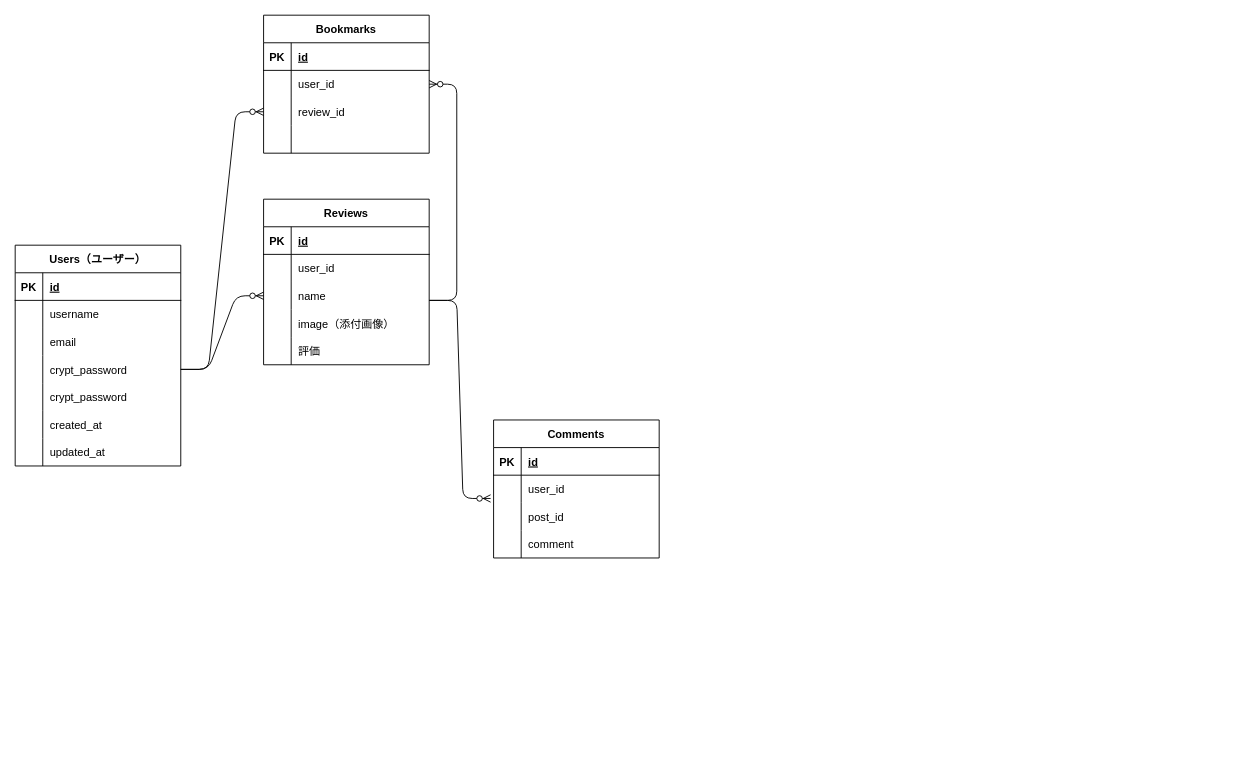
Earlier version of the draw.io diagram er.dio (SekineWataru/chamap). Source tidied: cells renumbered, new cells numbered last; positions are measured from the earlier drawing's top-left corner, leaving out a move shared by most shapes. Both pictures are drawn from the tidied source at 92%, with x=0, y=0 at pixel (15, 15).
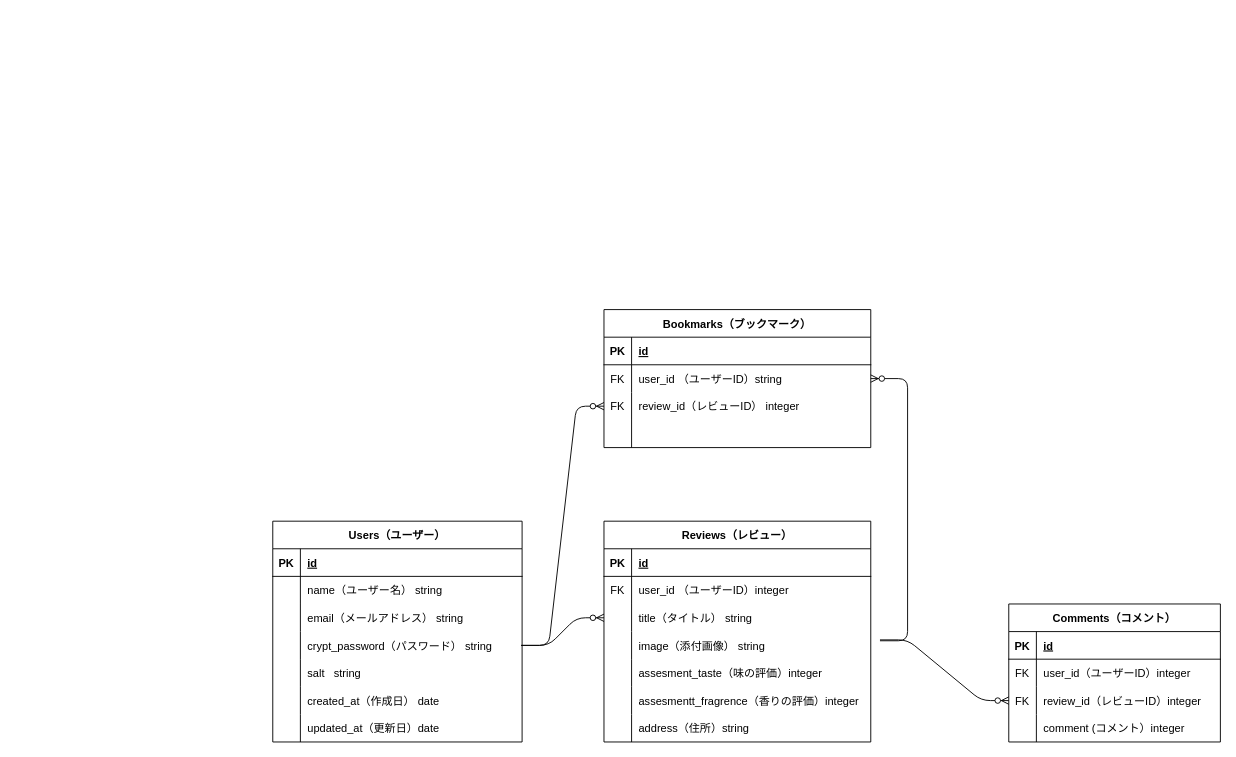
Above is the later version.

Commit message:
ER図を作成いたしました。ご確認のほど、宜しくお願いいたします。

The edit, as a diff of the source:
```diff
@@
     <mxCell id="2" value="Users（ユーザー）" style="shape=table;startSize=30;childLayout=tableLayout;rowLines=0;fontStyle=1;align=center;" parent="1" vertex="1">
-      <mxGeometry y="250" width="180" height="240" as="geometry" />
+      <mxGeometry x="280" y="550" width="271" height="240" as="geometry" />
     </mxCell>
     <mxCell id="3" style="shape=tableRow;horizontal=0;startSize=0;swimlaneHead=0;swimlaneBody=0;fillColor=none;top=0;left=0;right=0;bottom=1;" parent="2" vertex="1">
-      <mxGeometry y="30" width="180" height="30" as="geometry" />
+      <mxGeometry y="30" width="271" height="30" as="geometry" />
     </mxCell>
@@
     <mxCell id="5" value="id" style="shape=partialRectangle;fillColor=none;top=0;left=0;bottom=0;right=0;align=left;spacingLeft=6;fontStyle=5;overflow=hidden;" parent="3" vertex="1">
-      <mxGeometry x="30" width="150" height="30" as="geometry" />
+      <mxGeometry x="30" width="241" height="30" as="geometry" />
     </mxCell>
     <mxCell id="6" style="shape=tableRow;horizontal=0;startSize=0;swimlaneHead=0;swimlaneBody=0;fillColor=none;top=0;left=0;right=0;bottom=0;" parent="2" vertex="1">
-      <mxGeometry y="60" width="180" height="30" as="geometry" />
+      <mxGeometry y="60" width="271" height="30" as="geometry" />
     </mxCell>
@@
-    <mxCell id="8" value="username" style="shape=partialRectangle;fillColor=none;top=0;left=0;bottom=0;right=0;align=left;spacingLeft=6;overflow=hidden;" parent="6" vertex="1">
-      <mxGeometry x="30" width="150" height="30" as="geometry" />
+    <mxCell id="8" value="name（ユーザー名） string" style="shape=partialRectangle;fillColor=none;top=0;left=0;bottom=0;right=0;align=left;spacingLeft=6;overflow=hidden;" parent="6" vertex="1">
+      <mxGeometry x="30" width="241" height="30" as="geometry" />
     </mxCell>
     <mxCell id="9" style="shape=tableRow;horizontal=0;startSize=0;swimlaneHead=0;swimlaneBody=0;fillColor=none;top=0;left=0;right=0;bottom=0;" parent="2" vertex="1">
-      <mxGeometry y="90" width="180" height="30" as="geometry" />
+      <mxGeometry y="90" width="271" height="30" as="geometry" />
     </mxCell>
@@
-    <mxCell id="11" value="email" style="shape=partialRectangle;fillColor=none;top=0;left=0;bottom=0;right=0;align=left;spacingLeft=6;overflow=hidden;" parent="9" vertex="1">
-      <mxGeometry x="30" width="150" height="30" as="geometry" />
+    <mxCell id="11" value="email（メールアドレス） string" style="shape=partialRectangle;fillColor=none;top=0;left=0;bottom=0;right=0;align=left;spacingLeft=6;overflow=hidden;" parent="9" vertex="1">
+      <mxGeometry x="30" width="241" height="30" as="geometry" />
     </mxCell>
     <mxCell id="12" style="shape=tableRow;horizontal=0;startSize=0;swimlaneHead=0;swimlaneBody=0;fillColor=none;top=0;left=0;right=0;bottom=0;" parent="2" vertex="1">
-      <mxGeometry y="120" width="180" height="30" as="geometry" />
+      <mxGeometry y="120" width="271" height="30" as="geometry" />
     </mxCell>
@@
-    <mxCell id="14" value="crypt_password" style="shape=partialRectangle;fillColor=none;top=0;left=0;bottom=0;right=0;align=left;spacingLeft=6;overflow=hidden;" parent="12" vertex="1">
-      <mxGeometry x="30" width="150" height="30" as="geometry" />
+    <mxCell id="14" value="crypt_password（パスワード） string" style="shape=partialRectangle;fillColor=none;top=0;left=0;bottom=0;right=0;align=left;spacingLeft=6;overflow=hidden;" parent="12" vertex="1">
+      <mxGeometry x="30" width="241" height="30" as="geometry" />
     </mxCell>
     <mxCell id="15" style="shape=tableRow;horizontal=0;startSize=0;swimlaneHead=0;swimlaneBody=0;fillColor=none;top=0;left=0;right=0;bottom=0;" parent="2" vertex="1">
-      <mxGeometry y="150" width="180" height="30" as="geometry" />
+      <mxGeometry y="150" width="271" height="30" as="geometry" />
     </mxCell>
@@
-    <mxCell id="17" value="crypt_password" style="shape=partialRectangle;fillColor=none;top=0;left=0;bottom=0;right=0;align=left;spacingLeft=6;overflow=hidden;" parent="15" vertex="1">
-      <mxGeometry x="30" width="150" height="30" as="geometry" />
+    <mxCell id="17" value="salt   string" style="shape=partialRectangle;fillColor=none;top=0;left=0;bottom=0;right=0;align=left;spacingLeft=6;overflow=hidden;" parent="15" vertex="1">
+      <mxGeometry x="30" width="241" height="30" as="geometry" />
     </mxCell>
     <mxCell id="18" style="shape=tableRow;horizontal=0;startSize=0;swimlaneHead=0;swimlaneBody=0;fillColor=none;top=0;left=0;right=0;bottom=0;" parent="2" vertex="1">
-      <mxGeometry y="180" width="180" height="30" as="geometry" />
+      <mxGeometry y="180" width="271" height="30" as="geometry" />
     </mxCell>
@@
-    <mxCell id="20" value="created_at" style="shape=partialRectangle;fillColor=none;top=0;left=0;bottom=0;right=0;align=left;spacingLeft=6;overflow=hidden;" parent="18" vertex="1">
-      <mxGeometry x="30" width="150" height="30" as="geometry" />
+    <mxCell id="20" value="created_at（作成日） date" style="shape=partialRectangle;fillColor=none;top=0;left=0;bottom=0;right=0;align=left;spacingLeft=6;overflow=hidden;" parent="18" vertex="1">
+      <mxGeometry x="30" width="241" height="30" as="geometry" />
     </mxCell>
     <mxCell id="21" style="shape=tableRow;horizontal=0;startSize=0;swimlaneHead=0;swimlaneBody=0;fillColor=none;top=0;left=0;right=0;bottom=0;" parent="2" vertex="1">
-      <mxGeometry y="210" width="180" height="30" as="geometry" />
+      <mxGeometry y="210" width="271" height="30" as="geometry" />
     </mxCell>
@@
-    <mxCell id="23" value="updated_at" style="shape=partialRectangle;fillColor=none;top=0;left=0;bottom=0;right=0;align=left;spacingLeft=6;overflow=hidden;" parent="21" vertex="1">
-      <mxGeometry x="30" width="150" height="30" as="geometry" />
+    <mxCell id="23" value="updated_at（更新日）date" style="shape=partialRectangle;fillColor=none;top=0;left=0;bottom=0;right=0;align=left;spacingLeft=6;overflow=hidden;" parent="21" vertex="1">
+      <mxGeometry x="30" width="241" height="30" as="geometry" />
     </mxCell>
-    <mxCell id="24" value="Comments" style="shape=table;startSize=30;childLayout=tableLayout;rowLines=0;fontStyle=1;align=center;" parent="1" vertex="1">
-      <mxGeometry x="520" y="440" width="180" height="150" as="geometry" />
+    <mxCell id="24" value="Comments（コメント）" style="shape=table;startSize=30;childLayout=tableLayout;rowLines=0;fontStyle=1;align=center;" parent="1" vertex="1">
+      <mxGeometry x="1080" y="640" width="230" height="150" as="geometry" />
     </mxCell>
     <mxCell id="25" style="shape=tableRow;horizontal=0;startSize=0;swimlaneHead=0;swimlaneBody=0;fillColor=none;top=0;left=0;right=0;bottom=1;" parent="24" vertex="1">
-      <mxGeometry y="30" width="180" height="30" as="geometry" />
+      <mxGeometry y="30" width="230" height="30" as="geometry" />
     </mxCell>
@@
     <mxCell id="27" value="id" style="shape=partialRectangle;fillColor=none;top=0;left=0;bottom=0;right=0;align=left;spacingLeft=6;fontStyle=5;overflow=hidden;" parent="25" vertex="1">
-      <mxGeometry x="30" width="150" height="30" as="geometry" />
+      <mxGeometry x="30" width="200" height="30" as="geometry" />
     </mxCell>
     <mxCell id="28" style="shape=tableRow;horizontal=0;startSize=0;swimlaneHead=0;swimlaneBody=0;fillColor=none;top=0;left=0;right=0;bottom=0;" parent="24" vertex="1">
-      <mxGeometry y="60" width="180" height="30" as="geometry" />
+      <mxGeometry y="60" width="230" height="30" as="geometry" />
     </mxCell>
-    <mxCell id="29" style="shape=partialRectangle;fillColor=none;top=0;left=0;bottom=0;right=0;overflow=hidden;" parent="28" vertex="1">
+    <mxCell id="29" value="FK" style="shape=partialRectangle;fillColor=none;top=0;left=0;bottom=0;right=0;overflow=hidden;" parent="28" vertex="1">
       <mxGeometry width="30" height="30" as="geometry" />
     </mxCell>
-    <mxCell id="30" value="user_id" style="shape=partialRectangle;fillColor=none;top=0;left=0;bottom=0;right=0;align=left;spacingLeft=6;overflow=hidden;" parent="28" vertex="1">
-      <mxGeometry x="30" width="150" height="30" as="geometry" />
+    <mxCell id="30" value="user_id（ユーザーID）integer" style="shape=partialRectangle;fillColor=none;top=0;left=0;bottom=0;right=0;align=left;spacingLeft=6;overflow=hidden;" parent="28" vertex="1">
+      <mxGeometry x="30" width="200" height="30" as="geometry" />
     </mxCell>
     <mxCell id="31" style="shape=tableRow;horizontal=0;startSize=0;swimlaneHead=0;swimlaneBody=0;fillColor=none;points=[[0,0.5],[1,0.5]];portConstraint=eastwest;top=0;left=0;right=0;bottom=0;" parent="24" vertex="1">
-      <mxGeometry y="90" width="180" height="30" as="geometry" />
+      <mxGeometry y="90" width="230" height="30" as="geometry" />
     </mxCell>
-    <mxCell id="32" style="shape=partialRectangle;fillColor=none;top=0;left=0;bottom=0;right=0;overflow=hidden;" parent="31" vertex="1">
+    <mxCell id="32" value="FK" style="shape=partialRectangle;fillColor=none;top=0;left=0;bottom=0;right=0;overflow=hidden;" parent="31" vertex="1">
       <mxGeometry width="30" height="30" as="geometry" />
     </mxCell>
-    <mxCell id="33" value="post_id" style="shape=partialRectangle;fillColor=none;top=0;left=0;bottom=0;right=0;align=left;spacingLeft=6;overflow=hidden;" parent="31" vertex="1">
-      <mxGeometry x="30" width="150" height="30" as="geometry" />
+    <mxCell id="33" value="review_id（レビューID）integer" style="shape=partialRectangle;fillColor=none;top=0;left=0;bottom=0;right=0;align=left;spacingLeft=6;overflow=hidden;" parent="31" vertex="1">
+      <mxGeometry x="30" width="200" height="30" as="geometry" />
     </mxCell>
     <mxCell id="34" style="shape=tableRow;horizontal=0;startSize=0;swimlaneHead=0;swimlaneBody=0;fillColor=none;top=0;left=0;right=0;bottom=0;" parent="24" vertex="1">
-      <mxGeometry y="120" width="180" height="30" as="geometry" />
+      <mxGeometry y="120" width="230" height="30" as="geometry" />
     </mxCell>
@@
-    <mxCell id="36" value="comment" style="shape=partialRectangle;fillColor=none;top=0;left=0;bottom=0;right=0;align=left;spacingLeft=6;overflow=hidden;" parent="34" vertex="1">
-      <mxGeometry x="30" width="150" height="30" as="geometry" />
+    <mxCell id="36" value="comment (コメント）integer" style="shape=partialRectangle;fillColor=none;top=0;left=0;bottom=0;right=0;align=left;spacingLeft=6;overflow=hidden;" parent="34" vertex="1">
+      <mxGeometry x="30" width="200" height="30" as="geometry" />
     </mxCell>
-    <mxCell id="37" value="Reviews" style="shape=table;startSize=30;childLayout=tableLayout;rowLines=0;fontStyle=1;align=center;" parent="1" vertex="1">
-      <mxGeometry x="270" y="200" width="180" height="180" as="geometry" />
+    <mxCell id="37" value="Reviews（レビュー）" style="shape=table;startSize=30;childLayout=tableLayout;rowLines=0;fontStyle=1;align=center;" parent="1" vertex="1">
+      <mxGeometry x="640" y="550" width="290" height="240" as="geometry" />
     </mxCell>
     <mxCell id="38" style="shape=tableRow;horizontal=0;startSize=0;swimlaneHead=0;swimlaneBody=0;fillColor=none;top=0;left=0;right=0;bottom=1;" parent="37" vertex="1">
-      <mxGeometry y="30" width="180" height="30" as="geometry" />
+      <mxGeometry y="30" width="290" height="30" as="geometry" />
     </mxCell>
@@
     <mxCell id="40" value="id" style="shape=partialRectangle;fillColor=none;top=0;left=0;bottom=0;right=0;align=left;spacingLeft=6;fontStyle=5;overflow=hidden;" parent="38" vertex="1">
-      <mxGeometry x="30" width="150" height="30" as="geometry" />
+      <mxGeometry x="30" width="260" height="30" as="geometry" />
     </mxCell>
     <mxCell id="41" style="shape=tableRow;horizontal=0;startSize=0;swimlaneHead=0;swimlaneBody=0;fillColor=none;top=0;left=0;right=0;bottom=0;" parent="37" vertex="1">
-      <mxGeometry y="60" width="180" height="30" as="geometry" />
+      <mxGeometry y="60" width="290" height="30" as="geometry" />
     </mxCell>
-    <mxCell id="42" style="shape=partialRectangle;fillColor=none;top=0;left=0;bottom=0;right=0;overflow=hidden;" parent="41" vertex="1">
+    <mxCell id="42" value="FK" style="shape=partialRectangle;fillColor=none;top=0;left=0;bottom=0;right=0;overflow=hidden;" parent="41" vertex="1">
       <mxGeometry width="30" height="30" as="geometry" />
     </mxCell>
-    <mxCell id="43" value="user_id" style="shape=partialRectangle;fillColor=none;top=0;left=0;bottom=0;right=0;align=left;spacingLeft=6;overflow=hidden;" parent="41" vertex="1">
-      <mxGeometry x="30" width="150" height="30" as="geometry" />
+    <mxCell id="43" value="user_id （ユーザーID）integer" style="shape=partialRectangle;fillColor=none;top=0;left=0;bottom=0;right=0;align=left;spacingLeft=6;overflow=hidden;" parent="41" vertex="1">
+      <mxGeometry x="30" width="260" height="30" as="geometry" />
     </mxCell>
     <mxCell id="44" style="shape=tableRow;horizontal=0;startSize=0;swimlaneHead=0;swimlaneBody=0;fillColor=none;points=[[0,0.5],[1,0.5]];portConstraint=eastwest;top=0;left=0;right=0;bottom=0;" parent="37" vertex="1">
-      <mxGeometry y="90" width="180" height="30" as="geometry" />
+      <mxGeometry y="90" width="290" height="30" as="geometry" />
     </mxCell>
@@
-    <mxCell id="46" value="name" style="shape=partialRectangle;fillColor=none;top=0;left=0;bottom=0;right=0;align=left;spacingLeft=6;overflow=hidden;" parent="44" vertex="1">
-      <mxGeometry x="30" width="150" height="30" as="geometry" />
+    <mxCell id="46" value="title（タイトル） string" style="shape=partialRectangle;fillColor=none;top=0;left=0;bottom=0;right=0;align=left;spacingLeft=6;overflow=hidden;" parent="44" vertex="1">
+      <mxGeometry x="30" width="260" height="30" as="geometry" />
     </mxCell>
     <mxCell id="47" style="shape=tableRow;horizontal=0;startSize=0;swimlaneHead=0;swimlaneBody=0;fillColor=none;top=0;left=0;right=0;bottom=0;" parent="37" vertex="1">
-      <mxGeometry y="120" width="180" height="30" as="geometry" />
+      <mxGeometry y="120" width="290" height="30" as="geometry" />
     </mxCell>
@@
-    <mxCell id="49" value="image（添付画像）" style="shape=partialRectangle;fillColor=none;top=0;left=0;bottom=0;right=0;align=left;spacingLeft=6;overflow=hidden;" parent="47" vertex="1">
-      <mxGeometry x="30" width="150" height="30" as="geometry" />
+    <mxCell id="49" value="image（添付画像） string" style="shape=partialRectangle;fillColor=none;top=0;left=0;bottom=0;right=0;align=left;spacingLeft=6;overflow=hidden;" parent="47" vertex="1">
+      <mxGeometry x="30" width="260" height="30" as="geometry" />
     </mxCell>
     <mxCell id="50" style="shape=tableRow;horizontal=0;startSize=0;swimlaneHead=0;swimlaneBody=0;fillColor=none;top=0;left=0;right=0;bottom=0;" parent="37" vertex="1">
-      <mxGeometry y="150" width="180" height="30" as="geometry" />
+      <mxGeometry y="150" width="290" height="30" as="geometry" />
     </mxCell>
-    <mxCell id="51" style="shape=partialRectangle;fillColor=none;top=0;left=0;bottom=0;right=0;overflow=hidden;" parent="50" vertex="1">
+    <mxCell id="51" value="&#10;&#10;" style="shape=partialRectangle;fillColor=none;top=0;left=0;bottom=0;right=0;overflow=hidden;" parent="50" vertex="1">
       <mxGeometry width="30" height="30" as="geometry" />
     </mxCell>
-    <mxCell id="52" value="評価" style="shape=partialRectangle;fillColor=none;top=0;left=0;bottom=0;right=0;align=left;spacingLeft=6;overflow=hidden;" parent="50" vertex="1">
-      <mxGeometry x="30" width="150" height="30" as="geometry" />
+    <mxCell id="52" value="assesment_taste（味の評価）integer" style="shape=partialRectangle;fillColor=none;top=0;left=0;bottom=0;right=0;align=left;spacingLeft=6;overflow=hidden;" parent="50" vertex="1">
+      <mxGeometry x="30" width="260" height="30" as="geometry" />
     </mxCell>
+    <mxCell id="70" style="shape=tableRow;horizontal=0;startSize=0;swimlaneHead=0;swimlaneBody=0;fillColor=none;top=0;left=0;right=0;bottom=0;" parent="37" vertex="1">
+      <mxGeometry y="180" width="290" height="30" as="geometry" />
+    </mxCell>
+    <mxCell id="71" style="shape=partialRectangle;fillColor=none;top=0;left=0;bottom=0;right=0;overflow=hidden;" parent="70" vertex="1">
+      <mxGeometry width="30" height="30" as="geometry" />
+    </mxCell>
+    <mxCell id="72" value="assesmentt_fragrence（香りの評価）integer" style="shape=partialRectangle;fillColor=none;top=0;left=0;bottom=0;right=0;align=left;spacingLeft=6;overflow=hidden;" parent="70" vertex="1">
+      <mxGeometry x="30" width="260" height="30" as="geometry" />
+    </mxCell>
+    <mxCell id="73" style="shape=tableRow;horizontal=0;startSize=0;swimlaneHead=0;swimlaneBody=0;fillColor=none;top=0;left=0;right=0;bottom=0;" parent="37" vertex="1">
+      <mxGeometry y="210" width="290" height="30" as="geometry" />
+    </mxCell>
+    <mxCell id="74" style="shape=partialRectangle;fillColor=none;top=0;left=0;bottom=0;right=0;overflow=hidden;" parent="73" vertex="1">
+      <mxGeometry width="30" height="30" as="geometry" />
+    </mxCell>
+    <mxCell id="75" value="address（住所）string" style="shape=partialRectangle;fillColor=none;top=0;left=0;bottom=0;right=0;align=left;spacingLeft=6;overflow=hidden;" parent="73" vertex="1">
+      <mxGeometry x="30" width="260" height="30" as="geometry" />
+    </mxCell>
-    <mxCell id="53" value="Bookmarks" style="shape=table;startSize=30;childLayout=tableLayout;rowLines=0;fontStyle=1;align=center;" parent="1" vertex="1">
-      <mxGeometry x="270" width="180" height="150" as="geometry" />
+    <mxCell id="53" value="Bookmarks（ブックマーク）" style="shape=table;startSize=30;childLayout=tableLayout;rowLines=0;fontStyle=1;align=center;" parent="1" vertex="1">
+      <mxGeometry x="640" y="320" width="290" height="150" as="geometry" />
     </mxCell>
     <mxCell id="54" style="shape=tableRow;horizontal=0;startSize=0;swimlaneHead=0;swimlaneBody=0;fillColor=none;top=0;left=0;right=0;bottom=1;" parent="53" vertex="1">
-      <mxGeometry y="30" width="180" height="30" as="geometry" />
+      <mxGeometry y="30" width="290" height="30" as="geometry" />
     </mxCell>
@@
     <mxCell id="56" value="id" style="shape=partialRectangle;fillColor=none;top=0;left=0;bottom=0;right=0;align=left;spacingLeft=6;fontStyle=5;overflow=hidden;" parent="54" vertex="1">
-      <mxGeometry x="30" width="150" height="30" as="geometry" />
+      <mxGeometry x="30" width="260" height="30" as="geometry" />
     </mxCell>
     <mxCell id="57" style="shape=tableRow;horizontal=0;startSize=0;swimlaneHead=0;swimlaneBody=0;fillColor=none;points=[[0,0.5],[1,0.5]];portConstraint=eastwest;top=0;left=0;right=0;bottom=0;" parent="53" vertex="1">
-      <mxGeometry y="60" width="180" height="30" as="geometry" />
+      <mxGeometry y="60" width="290" height="30" as="geometry" />
     </mxCell>
-    <mxCell id="58" style="shape=partialRectangle;fillColor=none;top=0;left=0;bottom=0;right=0;overflow=hidden;" parent="57" vertex="1">
+    <mxCell id="58" value="FK" style="shape=partialRectangle;fillColor=none;top=0;left=0;bottom=0;right=0;overflow=hidden;" parent="57" vertex="1">
       <mxGeometry width="30" height="30" as="geometry" />
     </mxCell>
-    <mxCell id="59" value="user_id" style="shape=partialRectangle;fillColor=none;top=0;left=0;bottom=0;right=0;align=left;spacingLeft=6;overflow=hidden;" parent="57" vertex="1">
-      <mxGeometry x="30" width="150" height="30" as="geometry" />
+    <mxCell id="59" value="user_id （ユーザーID）string" style="shape=partialRectangle;fillColor=none;top=0;left=0;bottom=0;right=0;align=left;spacingLeft=6;overflow=hidden;" parent="57" vertex="1">
+      <mxGeometry x="30" width="260" height="30" as="geometry" />
     </mxCell>
     <mxCell id="60" style="shape=tableRow;horizontal=0;startSize=0;swimlaneHead=0;swimlaneBody=0;fillColor=none;points=[[0,0.5],[1,0.5]];portConstraint=eastwest;top=0;left=0;right=0;bottom=0;" parent="53" vertex="1">
-      <mxGeometry y="90" width="180" height="30" as="geometry" />
+      <mxGeometry y="90" width="290" height="30" as="geometry" />
     </mxCell>
-    <mxCell id="61" style="shape=partialRectangle;fillColor=none;top=0;left=0;bottom=0;right=0;overflow=hidden;" parent="60" vertex="1">
+    <mxCell id="61" value="FK" style="shape=partialRectangle;fillColor=none;top=0;left=0;bottom=0;right=0;overflow=hidden;" parent="60" vertex="1">
       <mxGeometry width="30" height="30" as="geometry" />
     </mxCell>
-    <mxCell id="62" value="review_id" style="shape=partialRectangle;fillColor=none;top=0;left=0;bottom=0;right=0;align=left;spacingLeft=6;overflow=hidden;" parent="60" vertex="1">
-      <mxGeometry x="30" width="150" height="30" as="geometry" />
+    <mxCell id="62" value="review_id（レビューID） integer" style="shape=partialRectangle;fillColor=none;top=0;left=0;bottom=0;right=0;align=left;spacingLeft=6;overflow=hidden;" parent="60" vertex="1">
+      <mxGeometry x="30" width="260" height="30" as="geometry" />
     </mxCell>
     <mxCell id="63" style="shape=tableRow;horizontal=0;startSize=0;swimlaneHead=0;swimlaneBody=0;fillColor=none;top=0;left=0;right=0;bottom=0;" parent="53" vertex="1">
-      <mxGeometry y="120" width="180" height="30" as="geometry" />
+      <mxGeometry y="120" width="290" height="30" as="geometry" />
     </mxCell>
@@
     <mxCell id="65" style="shape=partialRectangle;fillColor=none;top=0;left=0;bottom=0;right=0;align=left;spacingLeft=6;overflow=hidden;" parent="63" vertex="1">
-      <mxGeometry x="30" width="150" height="30" as="geometry" />
+      <mxGeometry x="30" width="260" height="30" as="geometry" />
     </mxCell>
     <mxCell id="66" style="edgeStyle=entityRelationEdgeStyle;fontSize=12;html=1;endArrow=ERzeroToMany;endFill=1;entryX=0;entryY=0.5;entryDx=0;entryDy=0;exitX=1;exitY=0.5;exitDx=0;exitDy=0;" parent="1" edge="1" target="44">
       <mxGeometry relative="1" as="geometry">
-        <mxPoint x="180" y="385" as="sourcePoint" />
+        <mxPoint x="550" y="685" as="sourcePoint" />
       </mxGeometry>
     </mxCell>
     <mxCell id="67" style="edgeStyle=entityRelationEdgeStyle;fontSize=12;html=1;endArrow=ERzeroToMany;endFill=1;exitX=1;exitY=0.5;exitDx=0;exitDy=0;entryX=0;entryY=0.5;entryDx=0;entryDy=0;" parent="1" edge="1" target="60">
       <mxGeometry relative="1" as="geometry">
-        <mxPoint x="180" y="385" as="sourcePoint" />
+        <mxPoint x="550" y="685" as="sourcePoint" />
       </mxGeometry>
     </mxCell>
-    <mxCell id="68" style="edgeStyle=entityRelationEdgeStyle;fontSize=12;html=1;endArrow=ERzeroToMany;endFill=1;entryX=-0.018;entryY=-0.156;entryDx=0;entryDy=0;strokeColor=default;startFill=1;anchorPointDirection=1;entryPerimeter=0;" parent="1" edge="1" target="31">
+    <mxCell id="68" style="edgeStyle=entityRelationEdgeStyle;fontSize=12;html=1;endArrow=ERzeroToMany;endFill=1;entryX=0;entryY=0.5;entryDx=0;entryDy=0;strokeColor=default;startFill=1;anchorPointDirection=1;" parent="1" edge="1" target="31">
       <mxGeometry relative="1" as="geometry">
-        <mxPoint x="450" y="310" as="sourcePoint" />
+        <mxPoint x="940" y="679" as="sourcePoint" />
       </mxGeometry>
     </mxCell>
     <mxCell id="69" style="edgeStyle=entityRelationEdgeStyle;fontSize=12;html=1;endArrow=ERzeroToMany;endFill=1;strokeColor=default;entryX=1;entryY=0.5;entryDx=0;entryDy=0;" parent="1" edge="1" target="57">
       <mxGeometry relative="1" as="geometry">
-        <mxPoint x="450" y="310" as="sourcePoint" />
+        <mxPoint x="940" y="680" as="sourcePoint" />
       </mxGeometry>
     </mxCell>
```
